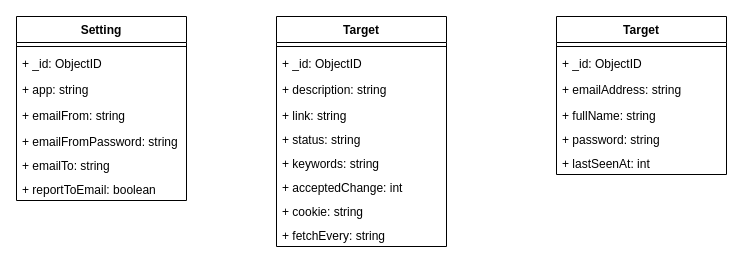
Above: objectDiagram.drawio in ahussam/url-tracker (draw.io), before the change. Source tidied: cells renumbered, new cells numbered last; positions are measured from the earlier drawing's top-left corner, leaving out a move shared by most shapes. Both pictures are drawn from the tidied source at 100%, with x=0, y=0 at pixel (16, 16).
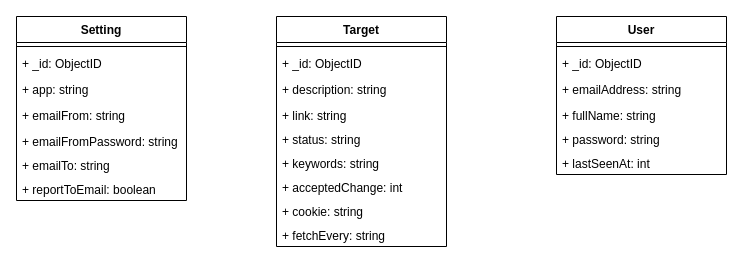
After the change.

Commit message (it also covers changes not shown here):
Update the Object diagram

What changed in the source:
```diff
@@
-    <mxCell id="20" value="Target" style="swimlane;fontStyle=1;align=center;verticalAlign=top;horizontal=1;startSize=26;" parent="1" vertex="1">
+    <mxCell id="20" value="User" style="swimlane;fontStyle=1;align=center;verticalAlign=top;horizontal=1;startSize=26;" parent="1" vertex="1">
       <mxGeometry x="540" width="170" height="158" as="geometry" />
     </mxCell>
```
